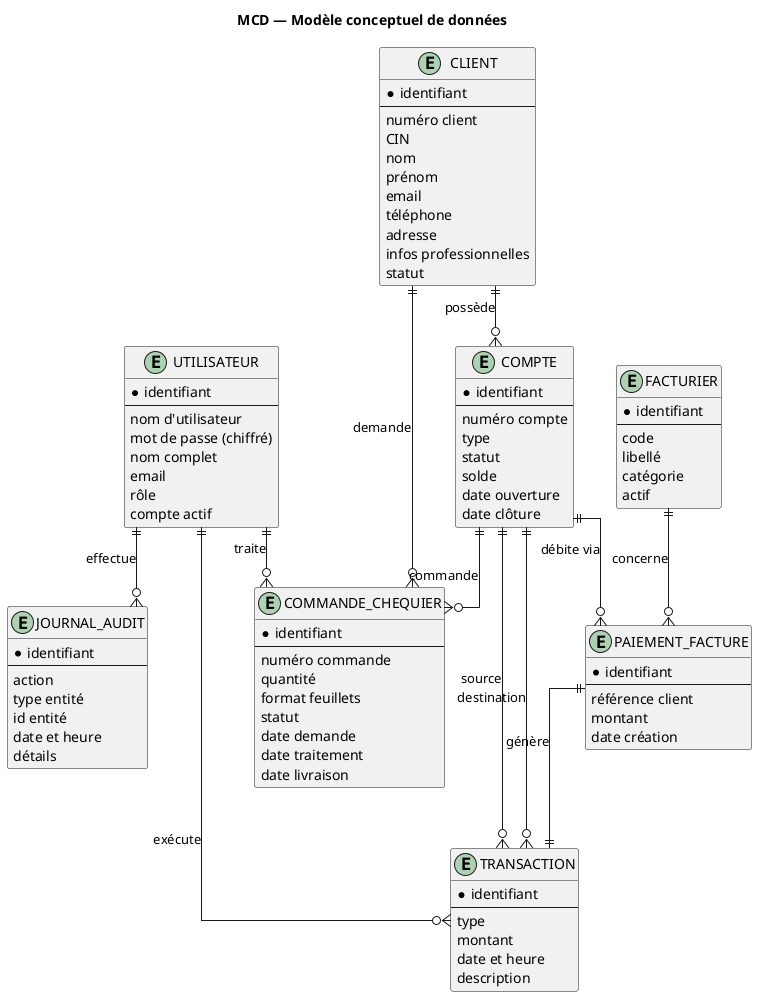
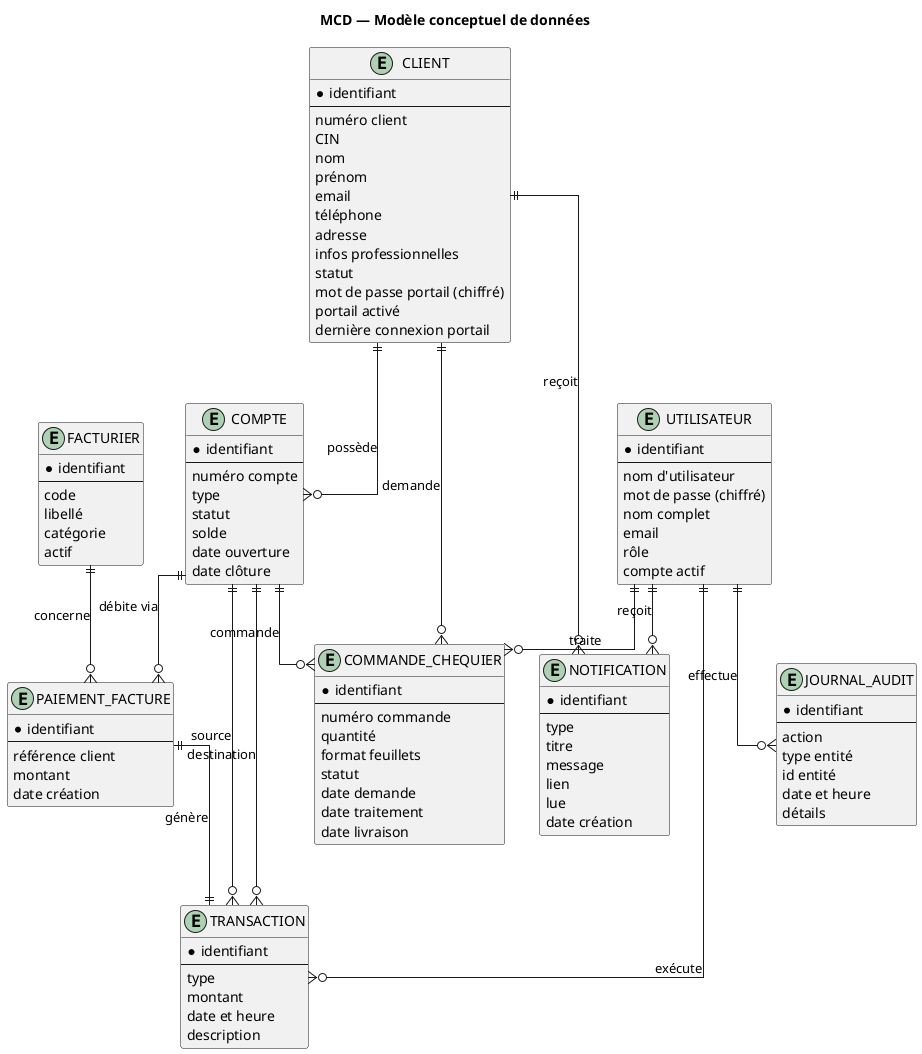
@startuml MCD
skinparam shadowing false
skinparam linetype ortho

title MCD — Modèle conceptuel de données

entity "UTILISATEUR" as user {
  * identifiant
  --
  nom d'utilisateur
  mot de passe (chiffré)
  nom complet
  email
  rôle
  compte actif
}

entity "CLIENT" as client {
  * identifiant
  --
  numéro client
  CIN
  nom
  prénom
  email
  téléphone
  adresse
  infos professionnelles
  statut
+   mot de passe portail (chiffré)
+   portail activé
+   dernière connexion portail
}

entity "COMPTE" as account {
  * identifiant
  --
  numéro compte
  type
  statut
  solde
  date ouverture
  date clôture
}

entity "TRANSACTION" as transaction {
  * identifiant
  --
  type
  montant
  date et heure
  description
}

entity "FACTURIER" as provider {
  * identifiant
  --
  code
  libellé
  catégorie
  actif
}

entity "PAIEMENT_FACTURE" as bill {
  * identifiant
  --
  référence client
  montant
  date création
}

entity "COMMANDE_CHEQUIER" as chq {
  * identifiant
  --
  numéro commande
  quantité
  format feuillets
  statut
  date demande
  date traitement
  date livraison
}

entity "JOURNAL_AUDIT" as audit {
  * identifiant
  --
  action
  type entité
  id entité
  date et heure
  détails
}

+ entity "NOTIFICATION" as notif {
+   * identifiant
+   --
+   type
+   titre
+   message
+   lien
+   lue
+   date création
+ }
+ 
client ||--o{ account : possède
client ||--o{ chq : demande
+ client ||--o{ notif : reçoit
user ||--o{ transaction : exécute
user ||--o{ chq : traite
user ||--o{ audit : effectue
+ user ||--o{ notif : reçoit
account ||--o{ transaction : source
account ||--o{ transaction : destination
account ||--o{ bill : débite via
account ||--o{ chq : commande
provider ||--o{ bill : concerne
bill ||--|| transaction : génère

@enduml
